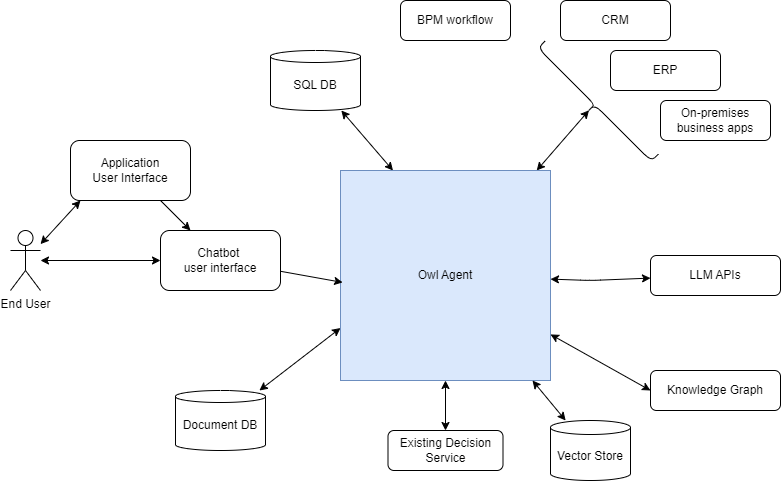
Above: docs/diagrams/system_context.drawio.png in AthenaDecisionSystems/athena-owl-core (draw.io), before the change. Source tidied: cells renumbered, new cells last; positions are measured from the earlier drawing's top-left corner, leaving out a move shared by most shapes. Source of this version:
```xml
<mxGraphModel>
  <root>
    <mxCell id="0" />
    <mxCell id="1" parent="0" />
    <mxCell id="2" style="edgeStyle=none;html=1;startArrow=classic;startFill=1;" parent="1" edge="1" source="6" target="13">
      <mxGeometry relative="1" as="geometry" />
    </mxCell>
    <mxCell id="3" style="edgeStyle=none;html=1;startArrow=classic;startFill=1;" parent="1" edge="1" source="6" target="8">
      <mxGeometry relative="1" as="geometry">
        <Array as="points">
          <mxPoint x="580" y="280" />
        </Array>
      </mxGeometry>
    </mxCell>
    <mxCell id="4" style="edgeStyle=none;html=1;entryX=0.1;entryY=0.5;entryDx=0;entryDy=0;entryPerimeter=0;startArrow=classic;startFill=1;" parent="1" edge="1" source="6" target="19">
      <mxGeometry relative="1" as="geometry" />
    </mxCell>
    <mxCell id="5" style="edgeStyle=none;html=1;entryX=0;entryY=0.5;entryDx=0;entryDy=0;startArrow=classic;startFill=1;" parent="1" edge="1" source="6" target="24">
      <mxGeometry relative="1" as="geometry" />
    </mxCell>
    <mxCell id="6" value="Owl Agent" style="whiteSpace=wrap;html=1;fillColor=#dae8fc;strokeColor=#6c8ebf;" parent="1" vertex="1">
      <mxGeometry x="330" y="170" width="210" height="210" as="geometry" />
    </mxCell>
    <mxCell id="7" value="ERP" style="rounded=1;whiteSpace=wrap;html=1;" parent="1" vertex="1">
      <mxGeometry x="600" y="50" width="110" height="40" as="geometry" />
    </mxCell>
    <mxCell id="8" value="LLM APIs" style="rounded=1;whiteSpace=wrap;html=1;" parent="1" vertex="1">
      <mxGeometry x="640" y="255" width="130" height="40" as="geometry" />
    </mxCell>
    <mxCell id="9" value="CRM" style="rounded=1;whiteSpace=wrap;html=1;" parent="1" vertex="1">
      <mxGeometry x="550" width="110" height="40" as="geometry" />
    </mxCell>
    <mxCell id="10" value="On-premises business apps" style="rounded=1;whiteSpace=wrap;html=1;" parent="1" vertex="1">
      <mxGeometry x="650" y="100" width="110" height="40" as="geometry" />
    </mxCell>
    <mxCell id="11" style="edgeStyle=none;html=1;startArrow=classic;startFill=1;" parent="1" edge="1" source="12" target="6">
      <mxGeometry relative="1" as="geometry" />
    </mxCell>
    <mxCell id="12" value="Vector Store" style="shape=cylinder3;whiteSpace=wrap;html=1;boundedLbl=1;backgroundOutline=1;size=7;" parent="1" vertex="1">
      <mxGeometry x="540" y="420" width="80" height="60" as="geometry" />
    </mxCell>
    <mxCell id="13" value="Existing Decision Service" style="rounded=1;whiteSpace=wrap;html=1;" parent="1" vertex="1">
      <mxGeometry x="377.5" y="430" width="115" height="40" as="geometry" />
    </mxCell>
    <mxCell id="14" value="BPM workflow" style="rounded=1;whiteSpace=wrap;html=1;" parent="1" vertex="1">
      <mxGeometry x="390" width="110" height="40" as="geometry" />
    </mxCell>
    <mxCell id="15" style="edgeStyle=none;html=1;" parent="1" edge="1" source="16" target="18">
      <mxGeometry relative="1" as="geometry" />
    </mxCell>
    <mxCell id="16" value="Application&lt;br&gt;User Interface" style="rounded=1;whiteSpace=wrap;html=1;" parent="1" vertex="1">
      <mxGeometry x="60" y="140" width="120" height="60" as="geometry" />
    </mxCell>
    <mxCell id="17" style="edgeStyle=none;html=1;entryX=0.01;entryY=0.533;entryDx=0;entryDy=0;entryPerimeter=0;" parent="1" edge="1" source="18" target="6">
      <mxGeometry relative="1" as="geometry" />
    </mxCell>
    <mxCell id="18" value="Chatbot&amp;nbsp;&lt;br&gt;user interface" style="rounded=1;whiteSpace=wrap;html=1;" parent="1" vertex="1">
      <mxGeometry x="150" y="230" width="120" height="60" as="geometry" />
    </mxCell>
    <mxCell id="19" style="shape=curlyBracket;whiteSpace=wrap;html=1;rounded=1;flipH=1;labelPosition=right;verticalLabelPosition=middle;align=left;verticalAlign=middle;rotation=135;" parent="1" vertex="1">
      <mxGeometry x="574.1" y="24.1" width="20" height="160" as="geometry" />
    </mxCell>
    <mxCell id="20" style="edgeStyle=none;html=1;entryX=0.25;entryY=0;entryDx=0;entryDy=0;startArrow=classic;startFill=1;" parent="1" edge="1" source="21" target="6">
      <mxGeometry relative="1" as="geometry" />
    </mxCell>
    <mxCell id="21" value="SQL DB" style="shape=cylinder3;whiteSpace=wrap;html=1;boundedLbl=1;backgroundOutline=1;size=6;" parent="1" vertex="1">
      <mxGeometry x="260" y="50" width="90" height="60" as="geometry" />
    </mxCell>
    <mxCell id="22" style="edgeStyle=none;html=1;entryX=0;entryY=0.75;entryDx=0;entryDy=0;startArrow=classic;startFill=1;" parent="1" edge="1" source="23" target="6">
      <mxGeometry relative="1" as="geometry" />
    </mxCell>
    <mxCell id="23" value="Document DB" style="shape=cylinder3;whiteSpace=wrap;html=1;boundedLbl=1;backgroundOutline=1;size=6;" parent="1" vertex="1">
      <mxGeometry x="165" y="390" width="90" height="60" as="geometry" />
    </mxCell>
    <mxCell id="24" value="Knowledge Graph" style="rounded=1;whiteSpace=wrap;html=1;" parent="1" vertex="1">
      <mxGeometry x="640" y="370" width="130" height="40" as="geometry" />
    </mxCell>
    <mxCell id="25" style="edgeStyle=none;html=1;entryX=0.083;entryY=1;entryDx=0;entryDy=0;entryPerimeter=0;startArrow=classic;startFill=1;" parent="1" edge="1" source="27" target="16">
      <mxGeometry relative="1" as="geometry" />
    </mxCell>
    <mxCell id="26" style="edgeStyle=none;html=1;entryX=0;entryY=0.5;entryDx=0;entryDy=0;startArrow=classic;startFill=1;" parent="1" edge="1" source="27" target="18">
      <mxGeometry relative="1" as="geometry" />
    </mxCell>
    <mxCell id="27" value="End User" style="shape=umlActor;verticalLabelPosition=bottom;verticalAlign=top;html=1;outlineConnect=0;" parent="1" vertex="1">
      <mxGeometry y="230" width="30" height="60" as="geometry" />
    </mxCell>
  </root>
</mxGraphModel>
```
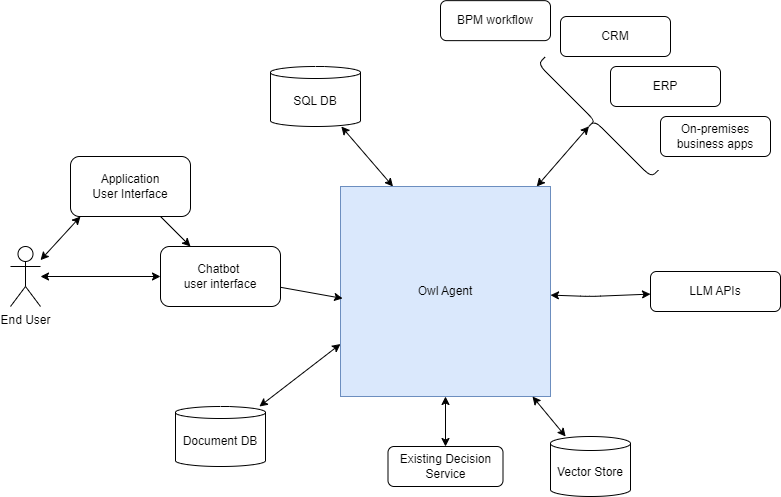
The same file after the commit.

Change to the diagram source:
```diff
@@ -15,9 +15,6 @@
     <mxCell id="4" style="edgeStyle=none;html=1;entryX=0.1;entryY=0.5;entryDx=0;entryDy=0;entryPerimeter=0;startArrow=classic;startFill=1;" parent="1" edge="1" source="6" target="19">
       <mxGeometry relative="1" as="geometry" />
     </mxCell>
-    <mxCell id="5" style="edgeStyle=none;html=1;entryX=0;entryY=0.5;entryDx=0;entryDy=0;startArrow=classic;startFill=1;" parent="1" edge="1" source="6" target="24">
-      <mxGeometry relative="1" as="geometry" />
-    </mxCell>
     <mxCell id="6" value="Owl Agent" style="whiteSpace=wrap;html=1;fillColor=#dae8fc;strokeColor=#6c8ebf;" parent="1" vertex="1">
       <mxGeometry x="330" y="170" width="210" height="210" as="geometry" />
     </mxCell>
@@ -43,7 +40,7 @@
       <mxGeometry x="377.5" y="430" width="115" height="40" as="geometry" />
     </mxCell>
     <mxCell id="14" value="BPM workflow" style="rounded=1;whiteSpace=wrap;html=1;" parent="1" vertex="1">
-      <mxGeometry x="390" width="110" height="40" as="geometry" />
+      <mxGeometry x="430" y="-15.9" width="110" height="40" as="geometry" />
     </mxCell>
     <mxCell id="15" style="edgeStyle=none;html=1;" parent="1" edge="1" source="16" target="18">
       <mxGeometry relative="1" as="geometry" />
@@ -72,9 +69,6 @@
     <mxCell id="23" value="Document DB" style="shape=cylinder3;whiteSpace=wrap;html=1;boundedLbl=1;backgroundOutline=1;size=6;" parent="1" vertex="1">
       <mxGeometry x="165" y="390" width="90" height="60" as="geometry" />
     </mxCell>
-    <mxCell id="24" value="Knowledge Graph" style="rounded=1;whiteSpace=wrap;html=1;" parent="1" vertex="1">
-      <mxGeometry x="640" y="370" width="130" height="40" as="geometry" />
-    </mxCell>
     <mxCell id="25" style="edgeStyle=none;html=1;entryX=0.083;entryY=1;entryDx=0;entryDy=0;entryPerimeter=0;startArrow=classic;startFill=1;" parent="1" edge="1" source="27" target="16">
       <mxGeometry relative="1" as="geometry" />
     </mxCell>
```
